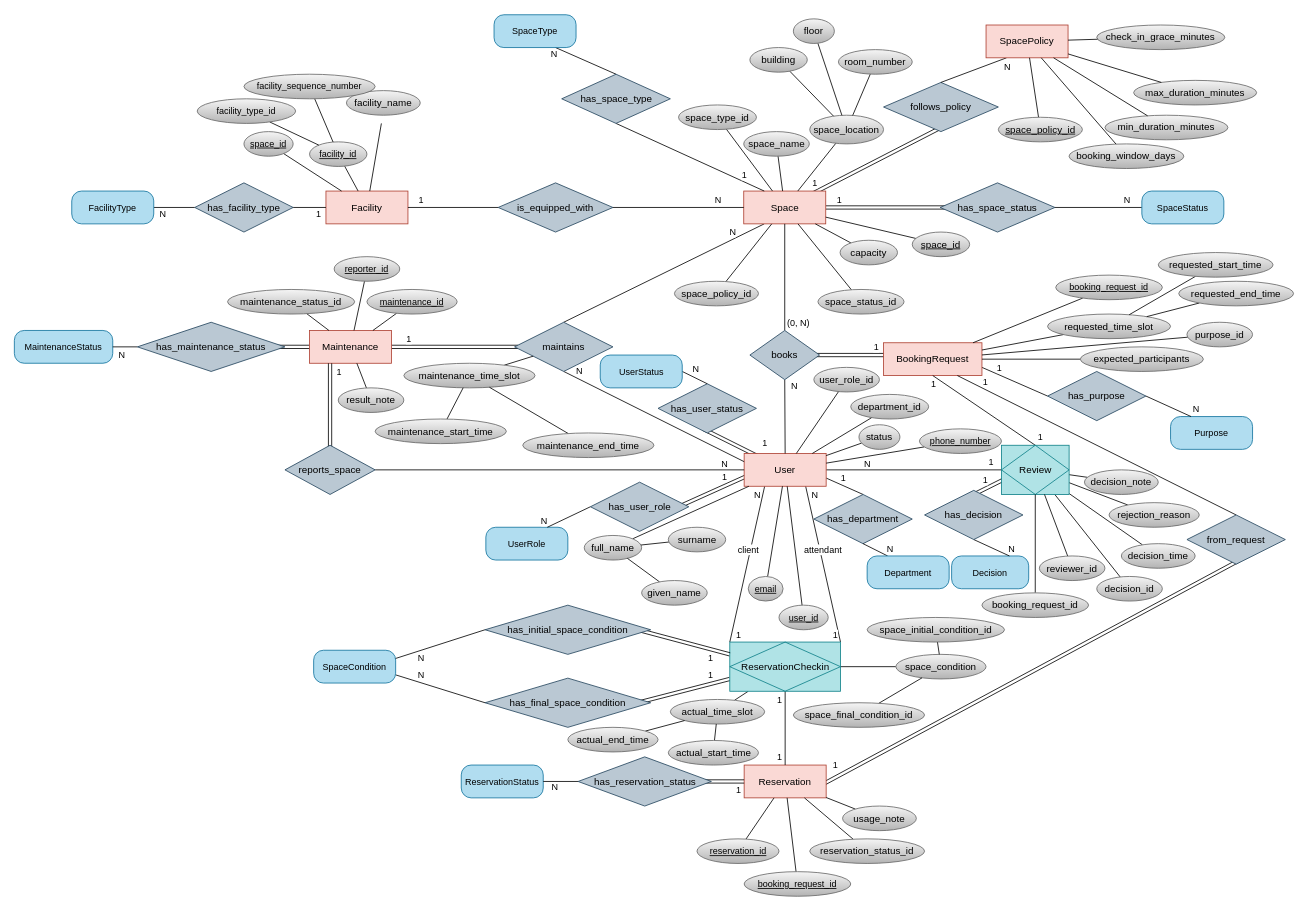
Earlier version of the draw.io diagram assets/conceptual.drawio (fungusdesu/cs486-project). Source tidied: cells renumbered, new cells numbered last; positions are measured from the earlier drawing's top-left corner, leaving out a move shared by most shapes. Both pictures are drawn from the tidied source at 82%, with x=0, y=0 at pixel (14, 14).
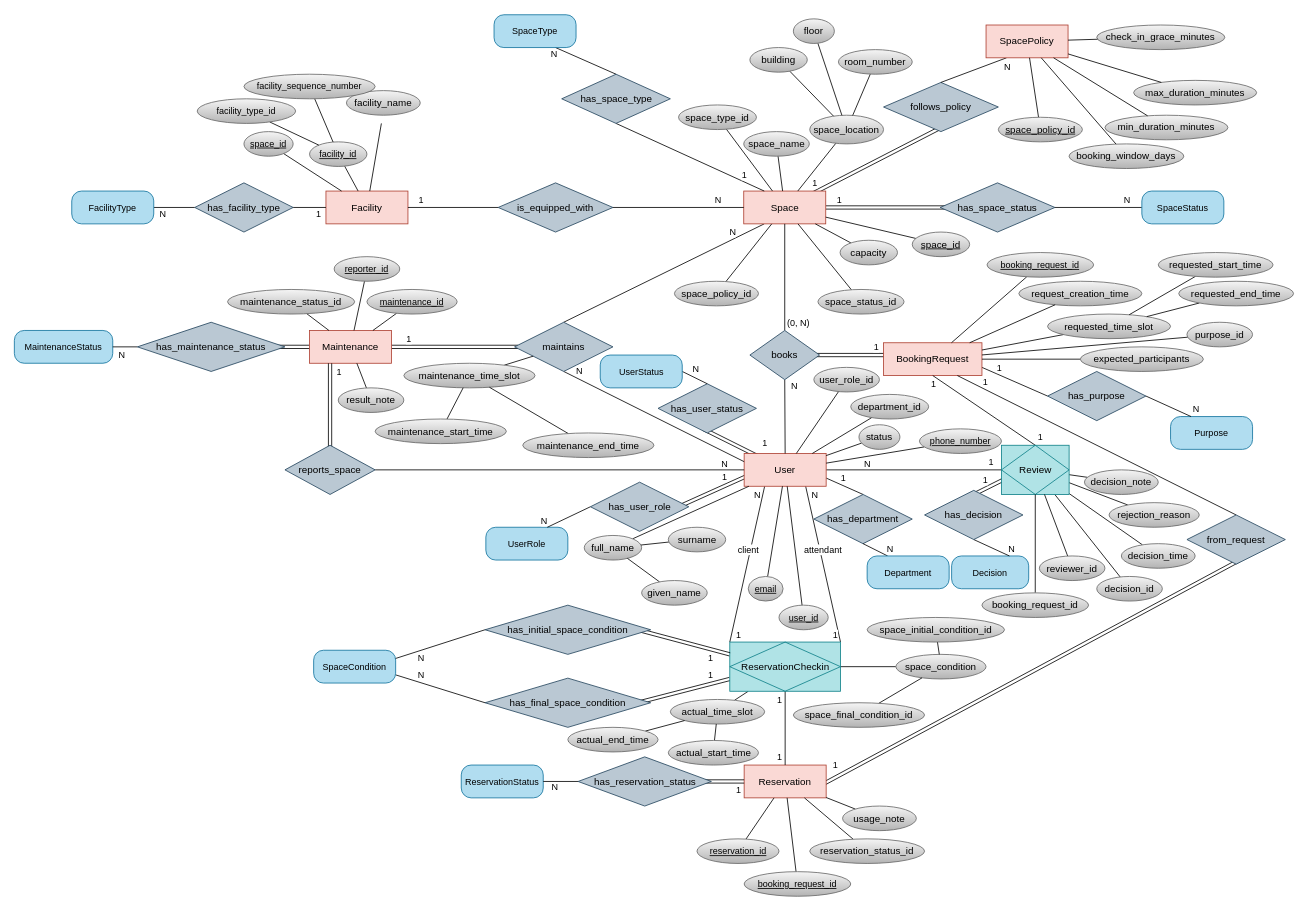
The same diagram, later.

Commit message (it also covers changes not shown here):
added request_creation_time to conceptual diagram

The change refers to these unchanged cells:
```xml
<mxCell id="21" value="BookingRequest" style="whiteSpace=wrap;html=1;align=center;fillColor=#fad9d5;strokeColor=#ae4132;" parent="1" vertex="1">
  <mxGeometry x="1060" y="400.5" width="120" height="40" as="geometry" />
</mxCell>
```

Change to the diagram source:
```diff
@@
     <mxCell id="88" value="booking_request_id" style="ellipse;whiteSpace=wrap;html=1;align=center;fontStyle=4;fontFamily=Helvetica;fontSize=11;labelBackgroundColor=none;fillColor=#f5f5f5;gradientColor=#b3b3b3;strokeColor=#666666;" parent="1" vertex="1">
-      <mxGeometry x="1270" y="318" width="130" height="30" as="geometry" />
+      <mxGeometry x="1186.2" y="290.5" width="130" height="30" as="geometry" />
     </mxCell>
@@
+    <mxCell id="249" value="request_creation_time" style="ellipse;whiteSpace=wrap;html=1;align=center;fillColor=#f5f5f5;gradientColor=#b3b3b3;strokeColor=#666666;labelBackgroundColor=none;" parent="1" vertex="1">
+      <mxGeometry x="1225" y="325.5" width="150" height="30" as="geometry" />
+    </mxCell>
+    <mxCell id="250" style="edgeStyle=none;shape=connector;rounded=0;jettySize=auto;html=1;strokeColor=default;align=center;verticalAlign=middle;fontFamily=Helvetica;fontSize=11;fontColor=default;labelBackgroundColor=default;endArrow=none;endFill=0;" parent="1" edge="1" source="249" target="21">
+      <mxGeometry relative="1" as="geometry" />
+    </mxCell>
```
